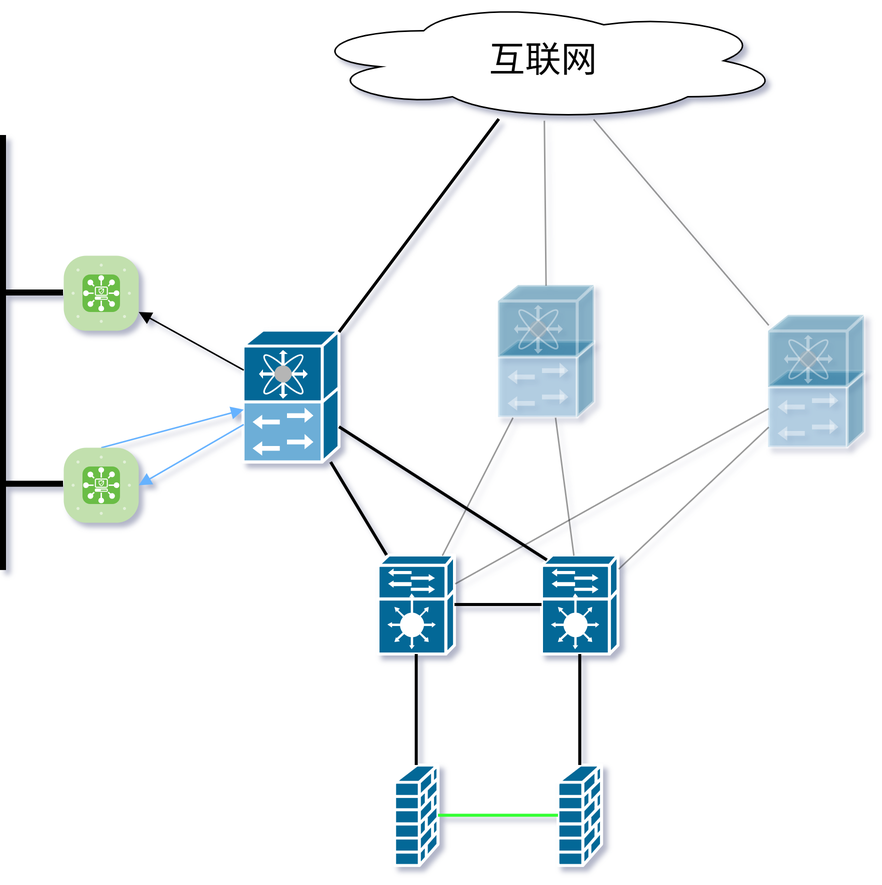
This is 互联网出口.drawio.png from tfluo/drawio, a draw.io export, as it was before one commit. Source tidied: cells renumbered, new cells last; positions are measured from the earlier drawing's top-left corner, leaving out a move shared by most shapes.
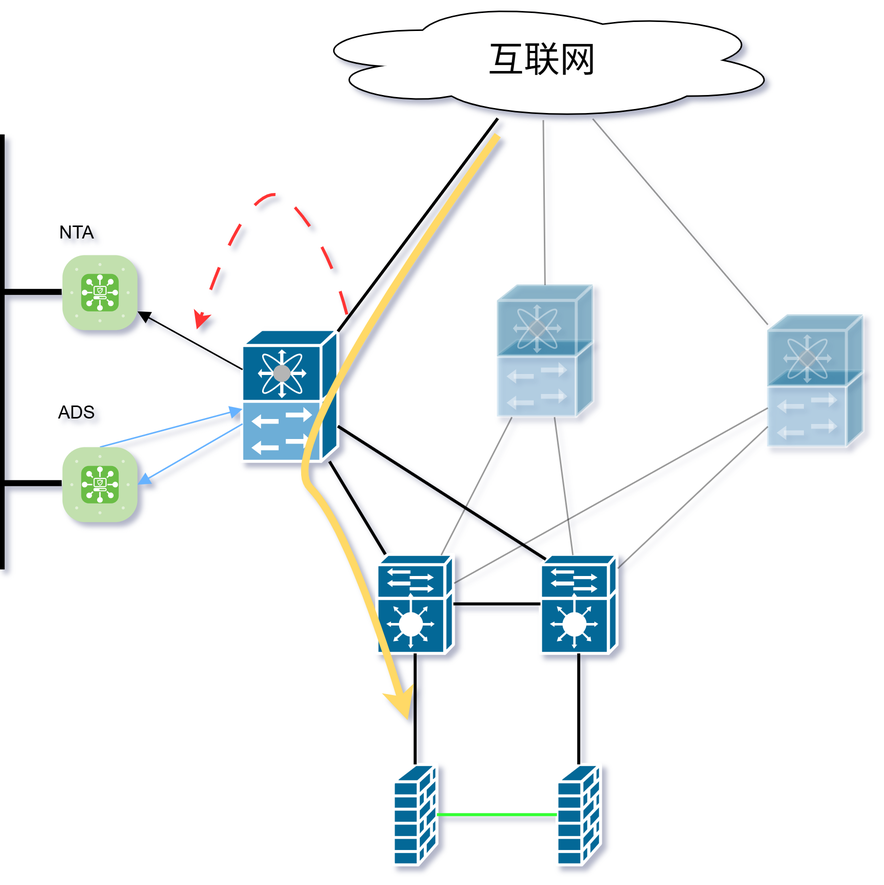
Later version of the same file.

Commit message:
已添加 互联网出口.drawio.png

The edit, as a diff of the source:
```diff
@@ -97,5 +97,31 @@
         <mxPoint x="40" y="322.5" as="targetPoint" />
       </mxGeometry>
     </mxCell>
+    <mxCell id="31" value="NTA" style="text;html=1;whiteSpace=wrap;strokeColor=none;fillColor=none;align=center;verticalAlign=middle;rounded=0;" parent="1" vertex="1">
+      <mxGeometry x="20" y="140" width="60" height="30" as="geometry" />
+    </mxCell>
+    <mxCell id="32" value="ADS" style="text;html=1;whiteSpace=wrap;strokeColor=none;fillColor=none;align=center;verticalAlign=middle;rounded=0;" parent="1" vertex="1">
+      <mxGeometry x="20" y="260" width="60" height="30" as="geometry" />
+    </mxCell>
+    <mxCell id="33" style="curved=1;endArrow=classic;html=1;rounded=0;dashed=1;dashPattern=8 8;strokeColor=#FF3333;strokeWidth=2;" parent="1" edge="1">
+      <mxGeometry relative="1" as="geometry">
+        <mxPoint x="230" y="210" as="sourcePoint" />
+        <mxPoint x="130" y="220" as="targetPoint" />
+        <Array as="points">
+          <mxPoint x="217" y="160" />
+          <mxPoint x="167" y="110" />
+        </Array>
+      </mxGeometry>
+    </mxCell>
+    <mxCell id="34" style="curved=1;endArrow=classic;html=1;rounded=0;strokeWidth=5;strokeColor=#FFD966;" parent="1" edge="1">
+      <mxGeometry relative="1" as="geometry">
+        <mxPoint x="330" y="90" as="sourcePoint" />
+        <mxPoint x="270" y="480" as="targetPoint" />
+        <Array as="points">
+          <mxPoint x="180" y="300" />
+          <mxPoint x="230" y="350" />
+        </Array>
+      </mxGeometry>
+    </mxCell>
   </root>
 </mxGraphModel>
```
